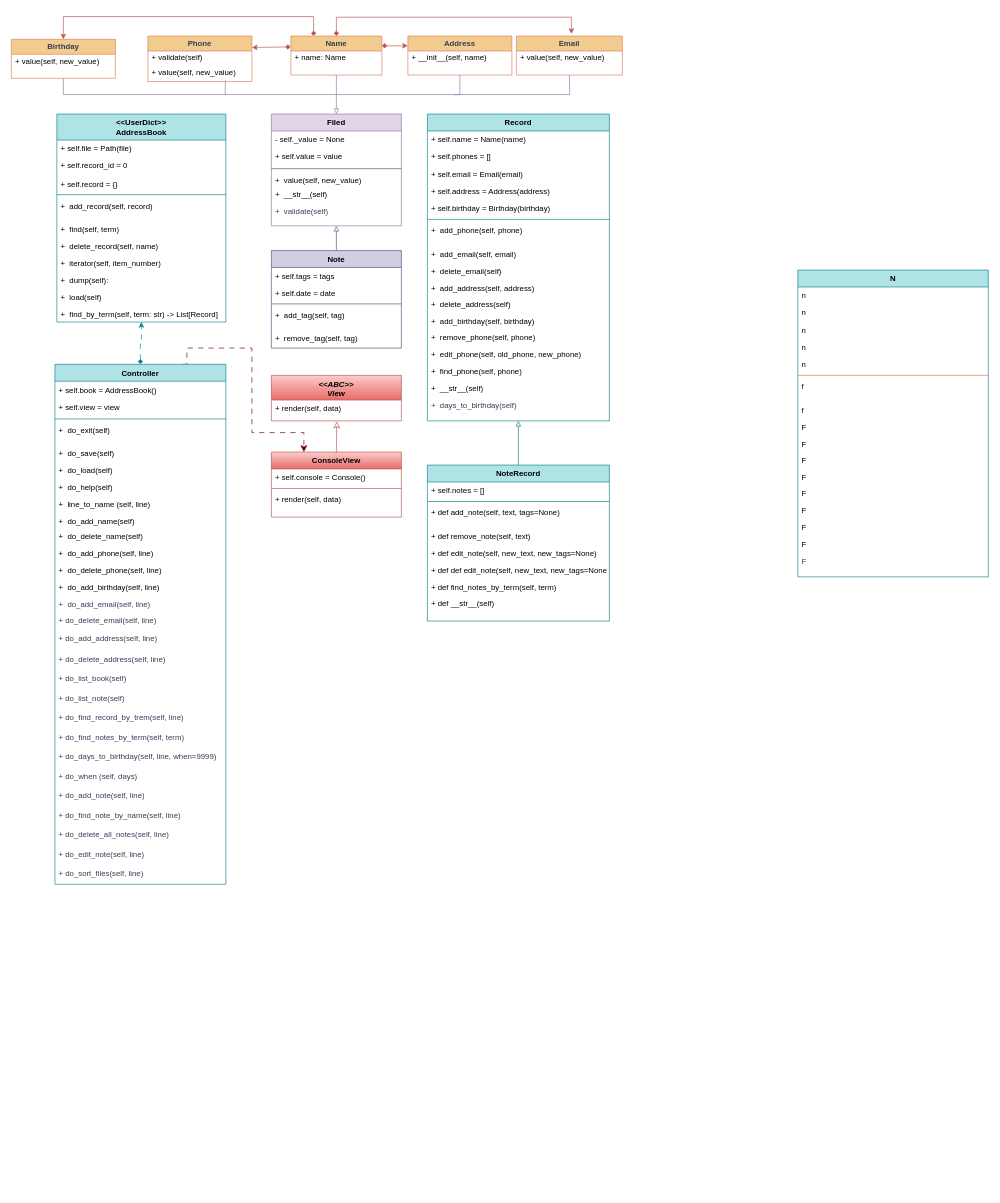
Grigory-Yunusov/Home-Work-Python_WEB keeps this draw.io diagram as @abstractmethod.drawio. Above is the earlier version. Source tidied: cells renumbered, new cells numbered last; positions are measured from the earlier drawing's top-left corner, leaving out a move shared by most shapes. Both pictures are drawn from the tidied source at 65%, with x=0, y=0 at pixel (11, 16).
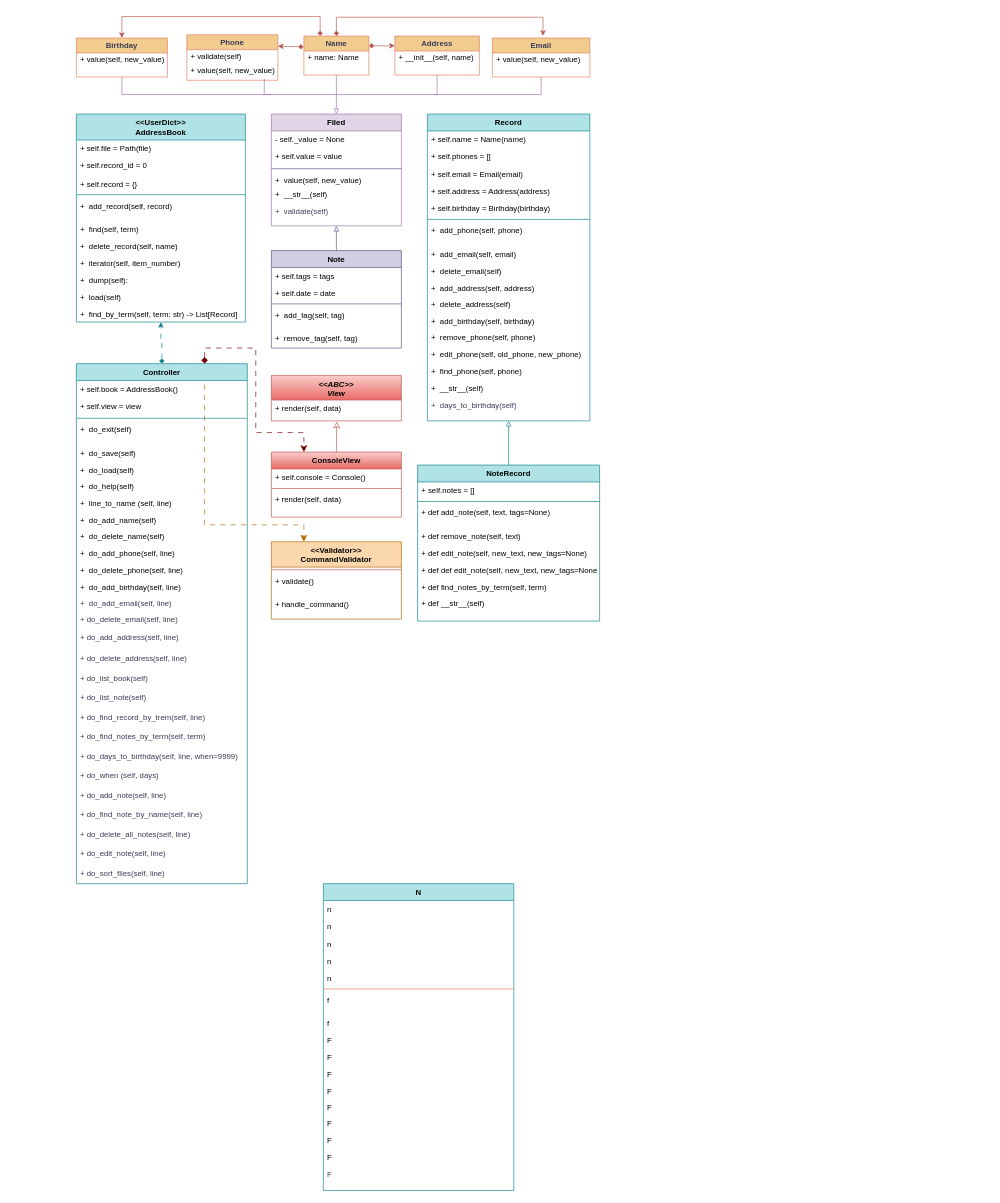
The same diagram, later.

Unchanged cells that the change refers to:
```xml
<mxCell id="16" value="+ value(self, new_value)" style="text;align=left;verticalAlign=top;spacingLeft=4;spacingRight=4;overflow=hidden;points=[[0,0.5],[1,0.5]];portConstraint=eastwest;labelBackgroundColor=none;fontColor=#000000;" parent="14" vertex="1">
  <mxGeometry y="42" width="160" height="26" as="geometry" />
</mxCell>
<mxCell id="128" value="ConsoleView" style="swimlane;fontStyle=1;align=center;verticalAlign=top;horizontal=1;startSize=26;rounded=0;shadow=0;strokeWidth=1;labelBackgroundColor=none;fillColor=#f8cecc;strokeColor=#b85450;gradientColor=#ea6b66;" parent="1" vertex="1">
  <mxGeometry x="400" y="670" width="200" height="100" as="geometry" />
</mxCell>
```

Change to the diagram source:
```diff
@@
     <mxCell id="10" style="edgeStyle=orthogonalEdgeStyle;rounded=0;jettySize=auto;html=1;exitX=0.5;exitY=0;exitDx=0;exitDy=0;strokeColor=#b85450;fontColor=#393C56;fillColor=#f8cecc;entryX=0.519;entryY=-0.056;entryDx=0;entryDy=0;entryPerimeter=0;startArrow=diamond;startFill=1;" parent="1" edge="1" source="12" target="21">
       <mxGeometry relative="1" as="geometry">
         <Array as="points">
           <mxPoint x="500" y="1" />
-          <mxPoint x="862" y="1" />
+          <mxPoint x="818" y="1" />
         </Array>
       </mxGeometry>
     </mxCell>
@@
     <mxCell id="12" value="Name" style="swimlane;whiteSpace=wrap;html=1;labelBackgroundColor=none;fillColor=#F2CC8F;strokeColor=#E07A5F;fontColor=#393C56;" parent="1" vertex="1">
-      <mxGeometry x="430" y="30" width="140" height="60" as="geometry" />
+      <mxGeometry x="450" y="30" width="100" height="60" as="geometry" />
     </mxCell>
@@
     <mxCell id="14" value="Phone" style="swimlane;whiteSpace=wrap;html=1;startSize=23;labelBackgroundColor=none;fillColor=#F2CC8F;strokeColor=#E07A5F;fontColor=#393C56;" parent="1" vertex="1">
-      <mxGeometry x="210" y="30" width="160" height="70" as="geometry" />
+      <mxGeometry x="270" y="28" width="140" height="70" as="geometry" />
     </mxCell>
@@
     <mxCell id="18" value="Address" style="swimlane;whiteSpace=wrap;html=1;labelBackgroundColor=none;fillColor=#F2CC8F;strokeColor=#E07A5F;fontColor=#393C56;startSize=23;" parent="1" vertex="1">
-      <mxGeometry x="610" y="30" width="160" height="60" as="geometry" />
+      <mxGeometry x="590" y="30" width="130" height="60" as="geometry" />
     </mxCell>
@@
     <mxCell id="20" style="endArrow=none;html=1;rounded=0;strokeColor=#9673a6;fontColor=#393C56;fillColor=#e1d5e7;exitX=0.5;exitY=1;exitDx=0;exitDy=0;" parent="1" edge="1" source="18">
       <mxGeometry relative="1" as="geometry">
         <mxPoint x="500" y="120" as="targetPoint" />
         <Array as="points">
-          <mxPoint x="690" y="120" />
+          <mxPoint x="655" y="120" />
         </Array>
       </mxGeometry>
     </mxCell>
     <mxCell id="21" value="Email" style="swimlane;whiteSpace=wrap;html=1;labelBackgroundColor=none;fillColor=#F2CC8F;strokeColor=#E07A5F;fontColor=#393C56;" parent="1" vertex="1">
-      <mxGeometry x="777" y="30" width="163" height="60" as="geometry" />
+      <mxGeometry x="740" y="33" width="150" height="60" as="geometry" />
     </mxCell>
@@
     <mxCell id="23" style="endArrow=none;html=1;rounded=0;strokeColor=#9673a6;fontColor=#393C56;fillColor=#e1d5e7;entryX=0.5;entryY=1;entryDx=0;entryDy=0;" parent="1" edge="1" target="21">
       <mxGeometry relative="1" as="geometry">
-        <mxPoint x="680" y="120" as="sourcePoint" />
+        <mxPoint x="650" y="120" as="sourcePoint" />
         <Array as="points">
-          <mxPoint x="859" y="120" />
+          <mxPoint x="815" y="120" />
         </Array>
       </mxGeometry>
     </mxCell>
@@
     <mxCell id="25" style="endArrow=none;html=1;rounded=0;exitX=0.745;exitY=1.001;exitDx=0;exitDy=0;exitPerimeter=0;fillColor=#e1d5e7;strokeColor=#9673a6;" parent="1" edge="1" source="16">
       <mxGeometry relative="1" as="geometry">
         <mxPoint x="500" y="120" as="targetPoint" />
         <Array as="points">
-          <mxPoint x="329" y="120" />
+          <mxPoint x="389" y="120" />
         </Array>
       </mxGeometry>
     </mxCell>
@@
     <mxCell id="27" style="rounded=0;jettySize=auto;html=1;exitX=0.5;exitY=1;exitDx=0;exitDy=0;fontSize=12;startSize=8;endSize=8;endArrow=none;endFill=0;fillColor=#e1d5e7;strokeColor=#9673a6;" parent="1" edge="1" source="28">
       <mxGeometry relative="1" as="geometry">
-        <mxPoint x="330" y="120" as="targetPoint" />
+        <mxPoint x="400" y="120" as="targetPoint" />
         <Array as="points">
-          <mxPoint x="80" y="120" />
+          <mxPoint x="170" y="120" />
         </Array>
       </mxGeometry>
     </mxCell>
     <mxCell id="28" value="Birthday" style="swimlane;whiteSpace=wrap;html=1;labelBackgroundColor=none;fillColor=#F2CC8F;strokeColor=#E07A5F;fontColor=#393C56;startSize=23;" parent="1" vertex="1">
-      <mxGeometry y="35" width="160" height="60" as="geometry" />
+      <mxGeometry x="100" y="33" width="140" height="60" as="geometry" />
     </mxCell>
     <mxCell id="29" value="+ value(self, new_value)" style="text;align=left;verticalAlign=top;spacingLeft=4;spacingRight=4;overflow=hidden;labelBackgroundColor=none;fontColor=#000000;" parent="28" vertex="1">
-      <mxGeometry y="20" width="160" height="26" as="geometry" />
+      <mxGeometry y="20" width="140" height="26" as="geometry" />
     </mxCell>
     <mxCell id="30" value="Record" style="swimlane;fontStyle=1;align=center;verticalAlign=top;horizontal=1;startSize=26;rounded=0;shadow=0;strokeWidth=1;labelBackgroundColor=none;fillColor=#b0e3e6;strokeColor=#0e8088;" parent="1" vertex="1">
-      <mxGeometry x="640" y="150" width="280" height="472" as="geometry" />
+      <mxGeometry x="640" y="150" width="250" height="472" as="geometry" />
     </mxCell>
     <mxCell id="31" value="+ self.name = Name(name)" style="text;align=left;verticalAlign=top;spacingLeft=4;spacingRight=4;overflow=hidden;labelBackgroundColor=none;fontColor=#000000;fontStyle=0;" parent="30" vertex="1">
-      <mxGeometry y="26" width="280" height="26" as="geometry" />
+      <mxGeometry y="26" width="250" height="26" as="geometry" />
     </mxCell>
     <mxCell id="32" value="+ self.phones = []" style="text;align=left;verticalAlign=top;spacingLeft=4;spacingRight=4;overflow=hidden;rounded=0;shadow=0;html=0;labelBackgroundColor=none;fontColor=#000000;" parent="30" vertex="1">
-      <mxGeometry y="52" width="280" height="28" as="geometry" />
+      <mxGeometry y="52" width="250" height="28" as="geometry" />
     </mxCell>
     <mxCell id="33" value="+ self.email = Email(email)" style="text;align=left;verticalAlign=top;spacingLeft=4;spacingRight=4;overflow=hidden;labelBackgroundColor=none;fontColor=#000000;fontStyle=0;" parent="30" vertex="1">
-      <mxGeometry y="80" width="280" height="26" as="geometry" />
+      <mxGeometry y="80" width="250" height="26" as="geometry" />
     </mxCell>
     <mxCell id="34" value="+ self.address = Address(address)" style="text;align=left;verticalAlign=top;spacingLeft=4;spacingRight=4;overflow=hidden;labelBackgroundColor=none;fontColor=#000000;fontStyle=0;" parent="30" vertex="1">
-      <mxGeometry y="106" width="280" height="26" as="geometry" />
+      <mxGeometry y="106" width="250" height="26" as="geometry" />
     </mxCell>
     <mxCell id="35" value="+ self.birthday = Birthday(birthday)" style="text;align=left;verticalAlign=top;spacingLeft=4;spacingRight=4;overflow=hidden;labelBackgroundColor=none;fontColor=#000000;fontStyle=0;" parent="30" vertex="1">
-      <mxGeometry y="132" width="280" height="26" as="geometry" />
+      <mxGeometry y="132" width="250" height="26" as="geometry" />
     </mxCell>
     <mxCell id="36" style="line;html=1;strokeWidth=1;align=left;verticalAlign=middle;spacingTop=-1;spacingLeft=3;spacingRight=3;labelPosition=right;labelBackgroundColor=none;fillColor=#b0e3e6;strokeColor=#0e8088;" parent="30" vertex="1">
-      <mxGeometry y="158" width="280" height="8" as="geometry" />
+      <mxGeometry y="158" width="250" height="8" as="geometry" />
     </mxCell>
     <mxCell id="37" value="+  add_phone(self, phone)" style="text;align=left;verticalAlign=top;spacingLeft=4;spacingRight=4;overflow=hidden;rounded=0;shadow=0;html=0;labelBackgroundColor=none;fontColor=#000000;" parent="30" vertex="1">
-      <mxGeometry y="166" width="280" height="36" as="geometry" />
+      <mxGeometry y="166" width="250" height="36" as="geometry" />
     </mxCell>
     <mxCell id="38" value="+  add_email(self, email)" style="text;align=left;verticalAlign=top;spacingLeft=4;spacingRight=4;overflow=hidden;labelBackgroundColor=none;fontColor=#000000;" parent="30" vertex="1">
-      <mxGeometry y="202" width="280" height="26" as="geometry" />
+      <mxGeometry y="202" width="250" height="26" as="geometry" />
     </mxCell>
     <mxCell id="39" value="+  delete_email(self)" style="text;align=left;verticalAlign=top;spacingLeft=4;spacingRight=4;overflow=hidden;labelBackgroundColor=none;fontColor=#000000;" parent="30" vertex="1">
-      <mxGeometry y="228" width="280" height="26" as="geometry" />
+      <mxGeometry y="228" width="250" height="26" as="geometry" />
     </mxCell>
     <mxCell id="40" value="+  add_address(self, address)" style="text;align=left;verticalAlign=top;spacingLeft=4;spacingRight=4;overflow=hidden;labelBackgroundColor=none;fontColor=#000000;" parent="30" vertex="1">
-      <mxGeometry y="254" width="280" height="26" as="geometry" />
+      <mxGeometry y="254" width="250" height="26" as="geometry" />
     </mxCell>
     <mxCell id="41" value="+  delete_address(self)" style="text;align=left;verticalAlign=top;spacingLeft=4;spacingRight=4;overflow=hidden;labelBackgroundColor=none;fontColor=#000000;" parent="30" vertex="1">
-      <mxGeometry y="280" width="280" height="26" as="geometry" />
+      <mxGeometry y="280" width="250" height="26" as="geometry" />
     </mxCell>
     <mxCell id="42" value="+  add_birthday(self, birthday)" style="text;align=left;verticalAlign=top;spacingLeft=4;spacingRight=4;overflow=hidden;labelBackgroundColor=none;fontColor=#000000;" parent="30" vertex="1">
-      <mxGeometry y="306" width="280" height="24" as="geometry" />
+      <mxGeometry y="306" width="250" height="24" as="geometry" />
     </mxCell>
     <mxCell id="43" value="+  remove_phone(self, phone)" style="text;align=left;verticalAlign=top;spacingLeft=4;spacingRight=4;overflow=hidden;labelBackgroundColor=none;fontColor=#000000;" parent="30" vertex="1">
-      <mxGeometry y="330" width="280" height="26" as="geometry" />
+      <mxGeometry y="330" width="250" height="26" as="geometry" />
     </mxCell>
     <mxCell id="44" value="+  edit_phone(self, old_phone, new_phone)" style="text;align=left;verticalAlign=top;spacingLeft=4;spacingRight=4;overflow=hidden;labelBackgroundColor=none;fontColor=#000000;" parent="30" vertex="1">
-      <mxGeometry y="356" width="280" height="26" as="geometry" />
+      <mxGeometry y="356" width="250" height="26" as="geometry" />
     </mxCell>
     <mxCell id="45" value="+  find_phone(self, phone)" style="text;align=left;verticalAlign=top;spacingLeft=4;spacingRight=4;overflow=hidden;labelBackgroundColor=none;fontColor=#000000;fontStyle=0;" parent="30" vertex="1">
-      <mxGeometry y="382" width="280" height="26" as="geometry" />
+      <mxGeometry y="382" width="250" height="26" as="geometry" />
     </mxCell>
     <mxCell id="46" value="+  __str__(self)" style="text;align=left;verticalAlign=top;spacingLeft=4;spacingRight=4;overflow=hidden;labelBackgroundColor=none;fontColor=#000000;" parent="30" vertex="1">
-      <mxGeometry y="408" width="280" height="26" as="geometry" />
+      <mxGeometry y="408" width="250" height="26" as="geometry" />
     </mxCell>
     <mxCell id="47" value="+  days_to_birthday(self)" style="text;align=left;verticalAlign=top;spacingLeft=4;spacingRight=4;overflow=hidden;rounded=0;shadow=0;html=0;labelBackgroundColor=none;fontColor=#393C56;" parent="30" vertex="1">
-      <mxGeometry y="434" width="280" height="36" as="geometry" />
+      <mxGeometry y="434" width="250" height="36" as="geometry" />
     </mxCell>
     <mxCell id="48" value="&lt;&lt;UserDict&gt;&gt;&#10;AddressBook" style="swimlane;fontStyle=1;align=center;verticalAlign=top;horizontal=1;startSize=40;rounded=0;shadow=0;strokeWidth=1;labelBackgroundColor=none;fillColor=#b0e3e6;strokeColor=#0e8088;" parent="1" vertex="1">
-      <mxGeometry x="70" y="150" width="260" height="320" as="geometry" />
+      <mxGeometry x="100" y="150" width="260" height="320" as="geometry" />
     </mxCell>
@@
     <mxCell id="60" value="N" style="swimlane;fontStyle=1;align=center;verticalAlign=top;horizontal=1;startSize=26;rounded=0;shadow=0;strokeWidth=1;labelBackgroundColor=none;fillColor=#b0e3e6;strokeColor=#0e8088;" parent="1" vertex="1">
-      <mxGeometry x="1210" y="390" width="293" height="472" as="geometry" />
+      <mxGeometry x="480" y="1334" width="293" height="472" as="geometry" />
     </mxCell>
@@
     <mxCell id="86" value="NoteRecord" style="swimlane;fontStyle=1;align=center;verticalAlign=top;horizontal=1;startSize=26;rounded=0;shadow=0;strokeWidth=1;labelBackgroundColor=none;fillColor=#b0e3e6;strokeColor=#0e8088;" parent="1" vertex="1">
-      <mxGeometry x="640" y="690" width="280" height="240" as="geometry" />
+      <mxGeometry x="625" y="690" width="280" height="240" as="geometry" />
     </mxCell>
@@
-    <mxCell id="96" style="edgeStyle=orthogonalEdgeStyle;rounded=0;jettySize=auto;html=1;exitX=0.75;exitY=0;exitDx=0;exitDy=0;entryX=0.25;entryY=0;entryDx=0;entryDy=0;fontSize=12;startSize=8;endSize=8;fillColor=#a20025;strokeColor=#6F0000;dashed=1;dashPattern=8 8;" parent="1" edge="1" source="97" target="128">
+    <mxCell id="96" style="edgeStyle=orthogonalEdgeStyle;rounded=0;jettySize=auto;html=1;exitX=0.75;exitY=0;exitDx=0;exitDy=0;entryX=0.25;entryY=0;entryDx=0;entryDy=0;fontSize=12;startSize=8;endSize=8;fillColor=#a20025;strokeColor=#6F0000;dashed=1;dashPattern=8 8;startArrow=diamond;startFill=1;" parent="1" edge="1" source="97" target="128">
       <mxGeometry relative="1" as="geometry">
         <Array as="points">
-          <mxPoint x="270" y="535" />
-          <mxPoint x="270" y="510" />
-          <mxPoint x="370" y="510" />
-          <mxPoint x="370" y="640" />
+          <mxPoint x="297" y="510" />
+          <mxPoint x="376" y="510" />
+          <mxPoint x="376" y="640" />
           <mxPoint x="450" y="640" />
         </Array>
       </mxGeometry>
     </mxCell>
+    <mxCell id="133" style="edgeStyle=orthogonalEdgeStyle;rounded=0;jettySize=auto;html=1;exitX=0.75;exitY=0;exitDx=0;exitDy=0;entryX=0.25;entryY=0;entryDx=0;entryDy=0;fontSize=12;startSize=8;endSize=8;dashed=1;dashPattern=8 8;fillColor=#fad7ac;strokeColor=#b46504;" parent="1" edge="1" source="97" target="134">
+      <mxGeometry relative="1" as="geometry">
+        <Array as="points">
+          <mxPoint x="297" y="782" />
+          <mxPoint x="450" y="782" />
+        </Array>
+      </mxGeometry>
+    </mxCell>
     <mxCell id="97" value="Controller" style="swimlane;fontStyle=1;align=center;verticalAlign=top;horizontal=1;startSize=26;rounded=0;shadow=0;strokeWidth=1;labelBackgroundColor=none;fillColor=#b0e3e6;strokeColor=#0e8088;" parent="1" vertex="1">
-      <mxGeometry x="67" y="535" width="263" height="800" as="geometry" />
+      <mxGeometry x="100" y="534" width="263" height="800" as="geometry" />
     </mxCell>
@@
+    <mxCell id="134" value="&lt;&lt;Validator&gt;&gt;&#10;CommandValidator" style="swimlane;fontStyle=1;align=center;verticalAlign=top;horizontal=1;startSize=39;rounded=0;shadow=0;strokeWidth=1;labelBackgroundColor=none;fillColor=#fad7ac;strokeColor=#b46504;fillStyle=auto;" parent="1" vertex="1">
+      <mxGeometry x="400" y="808" width="200" height="119" as="geometry" />
+    </mxCell>
+    <mxCell id="135" style="line;html=1;strokeWidth=1;align=left;verticalAlign=middle;spacingTop=-1;spacingLeft=3;spacingRight=3;labelPosition=right;labelBackgroundColor=none;fillColor=#f8cecc;strokeColor=#b85450;gradientColor=#ea6b66;" parent="134" vertex="1">
+      <mxGeometry y="39" width="200" height="8" as="geometry" />
+    </mxCell>
+    <mxCell id="136" value="+ validate()" style="text;align=left;verticalAlign=top;spacingLeft=4;spacingRight=4;overflow=hidden;rounded=0;shadow=0;html=0;labelBackgroundColor=none;fontColor=#000000;" parent="134" vertex="1">
+      <mxGeometry y="47" width="200" height="36" as="geometry" />
+    </mxCell>
+    <mxCell id="137" value="+ handle_command()" style="text;align=left;verticalAlign=top;spacingLeft=4;spacingRight=4;overflow=hidden;rounded=0;shadow=0;html=0;labelBackgroundColor=none;fontColor=#000000;" parent="134" vertex="1">
+      <mxGeometry y="83" width="200" height="36" as="geometry" />
+    </mxCell>
```
